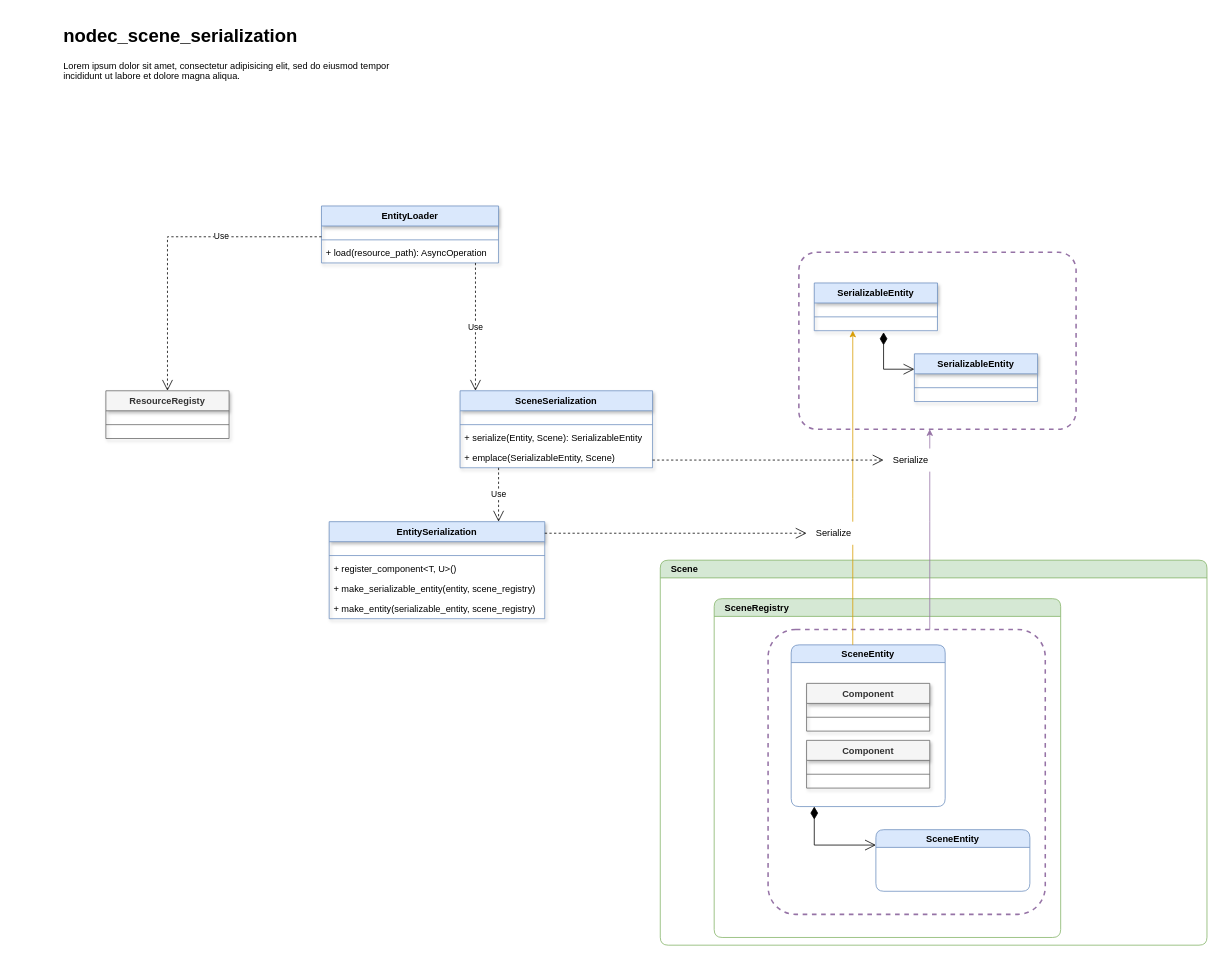
Above: page "ページ1" (1 of 3) of modules/nodec_scene_serialization/docs/note.drawio in nodec-project/nodec (draw.io), before the change. Source tidied: cells renumbered, new cells numbered last; positions are measured from the earlier drawing's top-left corner, leaving out a move shared by most shapes. Both pictures are drawn from the tidied source at 77%, with x=0, y=0 at pixel (59, 21).
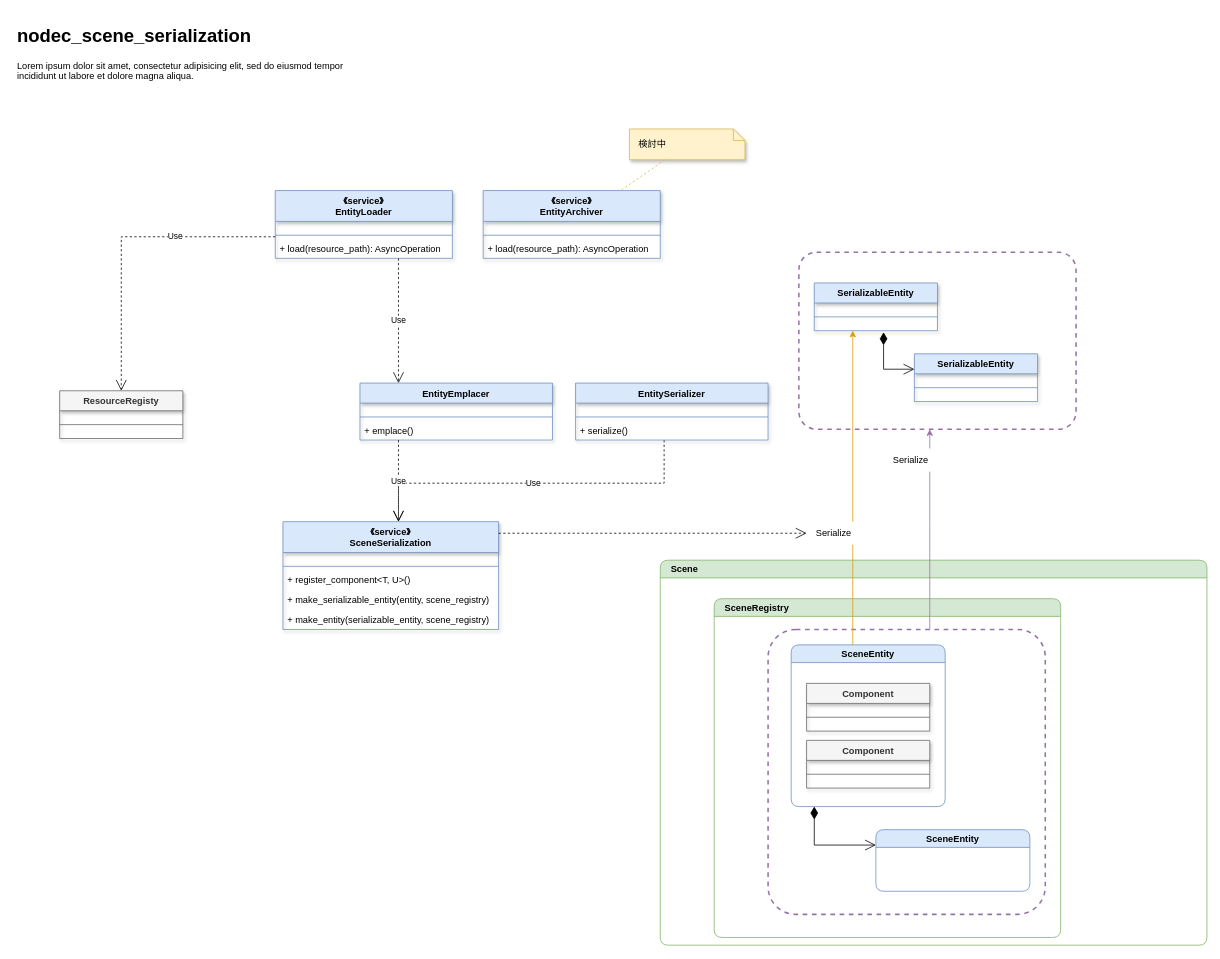
The same page after the edit.

The change refers to these unchanged cells:
```xml
<mxCell id="41" value="Serialize" style="text;html=1;align=center;verticalAlign=middle;points=[];strokeColor=none;fillColor=default;" parent="1" vertex="1">
  <mxGeometry x="970" y="650" width="70" height="30" as="geometry" />
</mxCell>
<mxCell id="49" value="Serialize" style="text;html=1;align=center;verticalAlign=middle;points=[];strokeColor=none;fillColor=default;" parent="1" vertex="1">
  <mxGeometry x="1070" y="555" width="70" height="30" as="geometry" />
</mxCell>
```

Change to the diagram source:
```diff
@@
-    <mxCell id="2" value="EntitySerialization" style="swimlane;fontStyle=1;align=center;verticalAlign=top;horizontal=1;startSize=26;fillColor=#dae8fc;strokeColor=#6c8ebf;shadow=1;" parent="1" vertex="1">
-      <mxGeometry x="350" y="650" width="280" height="126" as="geometry" />
+    <mxCell id="2" value="《service》&#10;SceneSerialization" style="swimlane;fontStyle=1;align=center;verticalAlign=top;horizontal=1;startSize=40;fillColor=#dae8fc;strokeColor=#6c8ebf;shadow=1;" parent="1" vertex="1">
+      <mxGeometry x="290" y="650" width="280" height="140" as="geometry" />
     </mxCell>
     <mxCell id="3" style="text;strokeColor=none;fillColor=none;align=left;verticalAlign=middle;spacingTop=-1;spacingLeft=4;spacingRight=4;labelPosition=right;" parent="2" vertex="1">
-      <mxGeometry y="26" width="280" height="14" as="geometry" />
+      <mxGeometry y="40" width="280" height="14" as="geometry" />
     </mxCell>
     <mxCell id="4" style="line;strokeWidth=1;fillColor=none;align=left;verticalAlign=middle;spacingTop=-1;spacingLeft=3;spacingRight=3;labelPosition=right;strokeColor=inherit;" parent="2" vertex="1">
-      <mxGeometry y="40" width="280" height="8" as="geometry" />
+      <mxGeometry y="54" width="280" height="8" as="geometry" />
     </mxCell>
     <mxCell id="5" value="+ register_component&lt;T, U&gt;()" style="text;strokeColor=none;fillColor=none;align=left;verticalAlign=top;rounded=0;shadow=1;spacingLeft=4;spacingRight=4;" parent="2" vertex="1">
-      <mxGeometry y="48" width="280" height="26" as="geometry" />
+      <mxGeometry y="62" width="280" height="26" as="geometry" />
     </mxCell>
     <mxCell id="6" value="+ make_serializable_entity(entity, scene_registry)" style="text;strokeColor=none;fillColor=none;align=left;verticalAlign=top;rounded=0;shadow=1;spacingLeft=4;spacingRight=4;" parent="2" vertex="1">
-      <mxGeometry y="74" width="280" height="26" as="geometry" />
+      <mxGeometry y="88" width="280" height="26" as="geometry" />
     </mxCell>
     <mxCell id="7" value="+ make_entity(serializable_entity, scene_registry)" style="text;strokeColor=none;fillColor=none;align=left;verticalAlign=top;rounded=0;shadow=1;spacingLeft=4;spacingRight=4;" parent="2" vertex="1">
-      <mxGeometry y="100" width="280" height="26" as="geometry" />
+      <mxGeometry y="114" width="280" height="26" as="geometry" />
     </mxCell>
-    <mxCell id="8" value="EntityLoader" style="swimlane;fontStyle=1;align=center;verticalAlign=top;horizontal=1;startSize=26;fillColor=#dae8fc;strokeColor=#6c8ebf;shadow=1;" parent="1" vertex="1">
-      <mxGeometry x="340" y="240" width="230" height="74" as="geometry" />
+    <mxCell id="8" value="《service》&#10;EntityLoader" style="swimlane;fontStyle=1;align=center;verticalAlign=top;horizontal=1;startSize=40;fillColor=#dae8fc;strokeColor=#6c8ebf;shadow=1;" parent="1" vertex="1">
+      <mxGeometry x="280" y="220" width="230" height="88" as="geometry" />
     </mxCell>
     <mxCell id="9" style="text;strokeColor=none;fillColor=none;align=left;verticalAlign=middle;spacingTop=-1;spacingLeft=4;spacingRight=4;labelPosition=right;" parent="8" vertex="1">
-      <mxGeometry y="26" width="230" height="14" as="geometry" />
+      <mxGeometry y="40" width="230" height="14" as="geometry" />
     </mxCell>
     <mxCell id="10" style="line;strokeWidth=1;fillColor=none;align=left;verticalAlign=middle;spacingTop=-1;spacingLeft=3;spacingRight=3;labelPosition=right;strokeColor=inherit;" parent="8" vertex="1">
-      <mxGeometry y="40" width="230" height="8" as="geometry" />
+      <mxGeometry y="54" width="230" height="8" as="geometry" />
     </mxCell>
     <mxCell id="11" value="+ load(resource_path): AsyncOperation" style="text;strokeColor=none;fillColor=none;align=left;verticalAlign=top;rounded=0;shadow=1;spacingLeft=4;spacingRight=4;" parent="8" vertex="1">
-      <mxGeometry y="48" width="230" height="26" as="geometry" />
+      <mxGeometry y="62" width="230" height="26" as="geometry" />
     </mxCell>
     <mxCell id="12" value="ResourceRegisty" style="swimlane;fontStyle=1;align=center;verticalAlign=top;horizontal=1;startSize=26;fillColor=#f5f5f5;fontColor=#333333;strokeColor=#666666;shadow=1;" parent="1" vertex="1">
-      <mxGeometry x="60" y="480" width="160" height="62" as="geometry" />
+      <mxGeometry y="480" width="160" height="62" as="geometry" />
     </mxCell>
@@
-    <mxCell id="16" value="SceneSerialization" style="swimlane;fontStyle=1;align=center;verticalAlign=top;horizontal=1;startSize=26;fillColor=#dae8fc;strokeColor=#6c8ebf;shadow=1;" parent="1" vertex="1">
-      <mxGeometry x="520" y="480" width="250" height="100" as="geometry" />
+    <mxCell id="16" value="EntityEmplacer" style="swimlane;fontStyle=1;align=center;verticalAlign=top;horizontal=1;startSize=26;fillColor=#dae8fc;strokeColor=#6c8ebf;shadow=1;" parent="1" vertex="1">
+      <mxGeometry x="390" y="470" width="250" height="74" as="geometry" />
     </mxCell>
@@
-    <mxCell id="19" value="+ serialize(Entity, Scene): SerializableEntity" style="text;strokeColor=none;fillColor=none;align=left;verticalAlign=top;rounded=0;shadow=1;spacingLeft=4;spacingRight=4;" parent="16" vertex="1">
-      <mxGeometry y="48" width="250" height="26" as="geometry" />
-    </mxCell>
-    <mxCell id="20" value="+ emplace(SerializableEntity, Scene)" style="text;strokeColor=none;fillColor=none;align=left;verticalAlign=top;rounded=0;shadow=1;spacingLeft=4;spacingRight=4;" parent="16" vertex="1">
-      <mxGeometry y="74" width="250" height="26" as="geometry" />
+    <mxCell id="20" value="+ emplace()" style="text;strokeColor=none;fillColor=none;align=left;verticalAlign=top;rounded=0;shadow=1;spacingLeft=4;spacingRight=4;" parent="16" vertex="1">
+      <mxGeometry y="48" width="250" height="26" as="geometry" />
     </mxCell>
@@
     <mxCell id="40" style="endArrow=open;endSize=12;dashed=1;html=1;rounded=0;edgeStyle=orthogonalEdgeStyle;" parent="1" edge="1" source="2" target="41">
       <mxGeometry relative="1" as="geometry">
         <Array as="points">
-          <mxPoint x="710" y="665" />
-          <mxPoint x="710" y="665" />
+          <mxPoint x="650" y="665" />
+          <mxPoint x="650" y="665" />
         </Array>
       </mxGeometry>
     </mxCell>
@@
-    <mxCell id="50" style="endArrow=open;endSize=12;dashed=1;html=1;rounded=0;edgeStyle=orthogonalEdgeStyle;" parent="1" edge="1" source="16" target="49">
-      <mxGeometry relative="1" as="geometry">
-        <Array as="points">
-          <mxPoint x="920" y="570" />
-          <mxPoint x="920" y="570" />
-        </Array>
-      </mxGeometry>
-    </mxCell>
-    <mxCell id="51" value="Use" style="endArrow=open;endSize=12;dashed=1;html=1;rounded=0;edgeStyle=orthogonalEdgeStyle;" parent="1" edge="1" source="16" target="2">
+    <mxCell id="51" value="Use" style="endArrow=open;endSize=12;dashed=1;html=1;rounded=0;edgeStyle=orthogonalEdgeStyle;" parent="1" edge="1" source="55" target="2">
       <mxGeometry relative="1" as="geometry">
         <Array as="points">
-          <mxPoint x="570" y="610" />
-          <mxPoint x="570" y="610" />
+          <mxPoint x="785" y="600" />
+          <mxPoint x="440" y="600" />
         </Array>
       </mxGeometry>
     </mxCell>
     <mxCell id="52" value="&lt;h1&gt;nodec_scene_serialization&lt;/h1&gt;&lt;p&gt;Lorem ipsum dolor sit amet, consectetur adipisicing elit, sed do eiusmod tempor incididunt ut labore et dolore magna aliqua.&lt;/p&gt;" style="text;html=1;strokeColor=none;fillColor=none;spacing=5;spacingTop=-20;whiteSpace=wrap;overflow=hidden;rounded=0;dashed=1;strokeWidth=2;" parent="1" vertex="1">
-      <mxGeometry width="445" height="120" as="geometry" />
+      <mxGeometry x="-60" width="445" height="120" as="geometry" />
     </mxCell>
     <mxCell id="53" value="Use" style="endArrow=open;endSize=12;dashed=1;html=1;rounded=0;edgeStyle=orthogonalEdgeStyle;" parent="1" edge="1" source="8" target="16">
       <mxGeometry relative="1" as="geometry">
         <Array as="points">
-          <mxPoint x="540" y="410" />
-          <mxPoint x="540" y="410" />
+          <mxPoint x="440" y="410" />
+          <mxPoint x="440" y="410" />
         </Array>
       </mxGeometry>
     </mxCell>
     <mxCell id="54" value="Use" style="endArrow=open;endSize=12;dashed=1;html=1;rounded=0;edgeStyle=orthogonalEdgeStyle;" parent="1" edge="1" source="8" target="12">
       <mxGeometry x="-0.35" relative="1" as="geometry">
         <Array as="points">
-          <mxPoint x="140" y="280" />
+          <mxPoint x="80" y="280" />
         </Array>
       </mxGeometry>
     </mxCell>
+    <mxCell id="55" value="EntitySerializer" style="swimlane;fontStyle=1;align=center;verticalAlign=top;horizontal=1;startSize=26;fillColor=#dae8fc;strokeColor=#6c8ebf;shadow=1;" parent="1" vertex="1">
+      <mxGeometry x="670" y="470" width="250" height="74" as="geometry" />
+    </mxCell>
+    <mxCell id="56" style="text;strokeColor=none;fillColor=none;align=left;verticalAlign=middle;spacingTop=-1;spacingLeft=4;spacingRight=4;labelPosition=right;" parent="55" vertex="1">
+      <mxGeometry y="26" width="250" height="14" as="geometry" />
+    </mxCell>
+    <mxCell id="57" style="line;strokeWidth=1;fillColor=none;align=left;verticalAlign=middle;spacingTop=-1;spacingLeft=3;spacingRight=3;labelPosition=right;strokeColor=inherit;" parent="55" vertex="1">
+      <mxGeometry y="40" width="250" height="8" as="geometry" />
+    </mxCell>
+    <mxCell id="58" value="+ serialize()" style="text;strokeColor=none;fillColor=none;align=left;verticalAlign=top;rounded=0;shadow=1;spacingLeft=4;spacingRight=4;" parent="55" vertex="1">
+      <mxGeometry y="48" width="250" height="26" as="geometry" />
+    </mxCell>
+    <mxCell id="59" value="Use" style="endArrow=open;endSize=12;dashed=1;html=1;rounded=0;edgeStyle=orthogonalEdgeStyle;" parent="1" edge="1" source="16" target="2">
+      <mxGeometry relative="1" as="geometry">
+        <Array as="points">
+          <mxPoint x="440" y="570" />
+          <mxPoint x="440" y="570" />
+        </Array>
+      </mxGeometry>
+    </mxCell>
+    <mxCell id="60" value="《service》&#10;EntityArchiver" style="swimlane;fontStyle=1;align=center;verticalAlign=top;horizontal=1;startSize=40;fillColor=#dae8fc;strokeColor=#6c8ebf;shadow=1;" parent="1" vertex="1">
+      <mxGeometry x="550" y="220" width="230" height="88" as="geometry" />
+    </mxCell>
+    <mxCell id="61" style="text;strokeColor=none;fillColor=none;align=left;verticalAlign=middle;spacingTop=-1;spacingLeft=4;spacingRight=4;labelPosition=right;" parent="60" vertex="1">
+      <mxGeometry y="40" width="230" height="14" as="geometry" />
+    </mxCell>
+    <mxCell id="62" style="line;strokeWidth=1;fillColor=none;align=left;verticalAlign=middle;spacingTop=-1;spacingLeft=3;spacingRight=3;labelPosition=right;strokeColor=inherit;" parent="60" vertex="1">
+      <mxGeometry y="54" width="230" height="8" as="geometry" />
+    </mxCell>
+    <mxCell id="63" value="+ load(resource_path): AsyncOperation" style="text;strokeColor=none;fillColor=none;align=left;verticalAlign=top;rounded=0;shadow=1;spacingLeft=4;spacingRight=4;" parent="60" vertex="1">
+      <mxGeometry y="62" width="230" height="26" as="geometry" />
+    </mxCell>
+    <mxCell id="64" value="検討中" style="shape=note;size=15;align=left;spacingLeft=10;html=1;whiteSpace=wrap;shadow=1;fillColor=#fff2cc;strokeColor=#d6b656;rounded=1;strokeWidth=1;" parent="1" vertex="1">
+      <mxGeometry x="740" y="140" width="150" height="40" as="geometry" />
+    </mxCell>
+    <mxCell id="65" style="edgeStyle=none;endArrow=none;dashed=1;html=1;rounded=0;strokeWidth=1;fillColor=#fff2cc;strokeColor=#d6b656;" parent="1" edge="1" source="64" target="60">
+      <mxGeometry x="1" relative="1" as="geometry" />
+    </mxCell>
```
